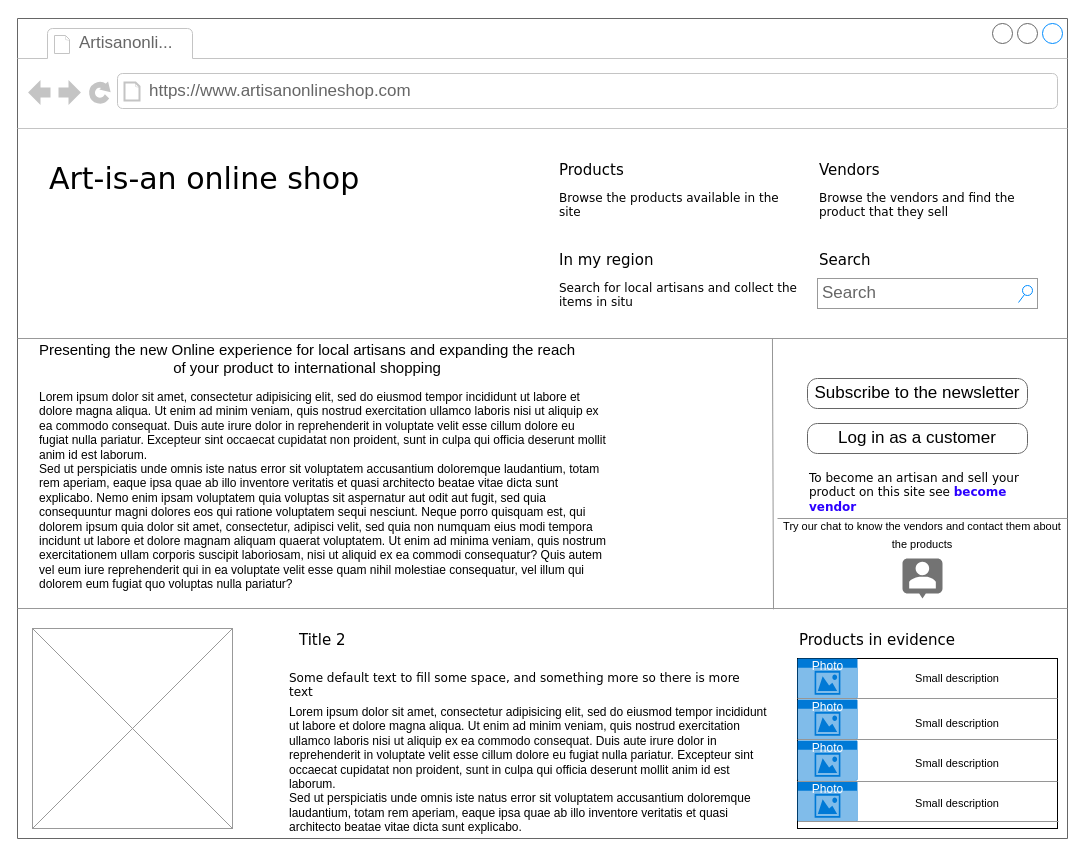
This is mockup1.drawio from josura/HCI, a draw.io file, before an edit. Source tidied: cells renumbered, new cells numbered last; positions are measured from the earlier drawing's top-left corner, leaving out a move shared by most shapes. Both pictures are drawn from the tidied source at 100%, with x=0, y=0 at pixel (17, 18).
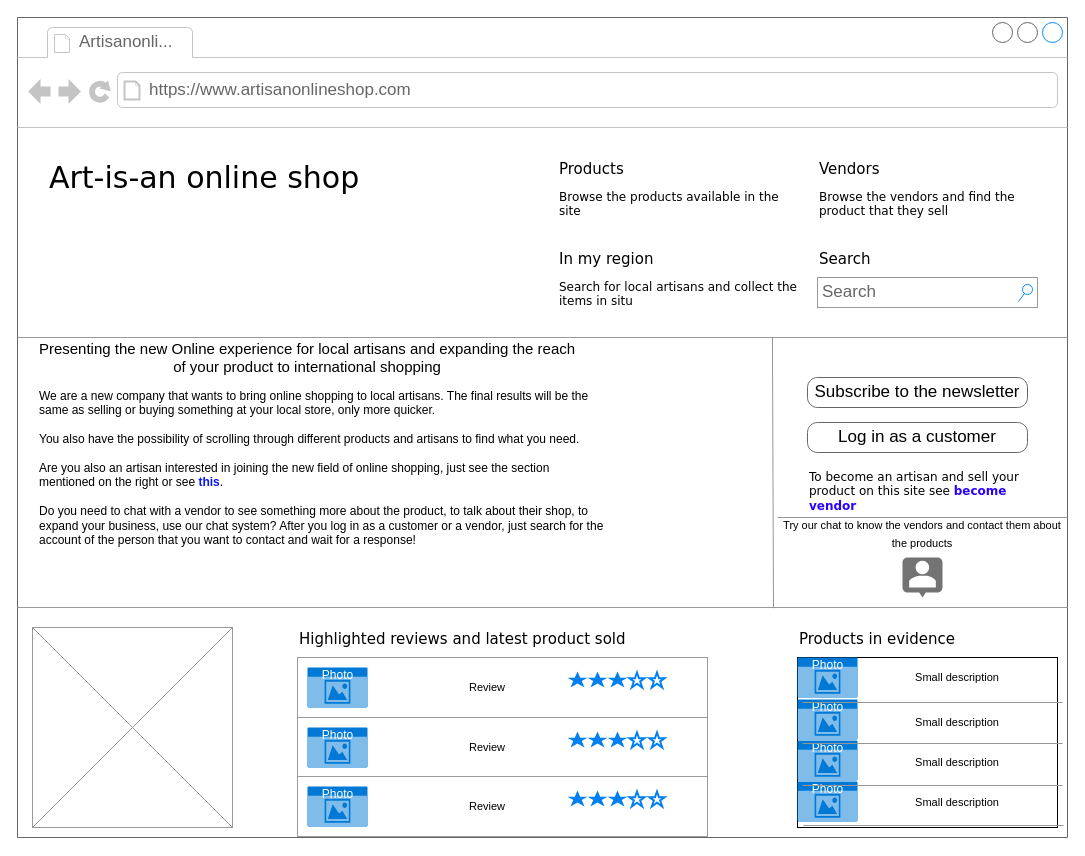
Above is the later version.

The edit, as a diff of the source:
```diff
@@
     <mxCell id="2" style="strokeWidth=1;shadow=0;dashed=0;align=center;html=1;shape=mxgraph.mockup.containers.browserWindow;rSize=0;strokeColor=#666666;mainText=,;rounded=0;labelBackgroundColor=none;fontFamily=Verdana;fontSize=12;" parent="1" vertex="1">
-      <mxGeometry width="1050" height="820" as="geometry" />
+      <mxGeometry y="-1" width="1050" height="820" as="geometry" />
     </mxCell>
@@
-    <mxCell id="16" value="Lorem ipsum dolor sit amet, consectetur adipisicing elit, sed do eiusmod tempor incididunt ut labore et dolore magna aliqua. Ut enim ad minim veniam, quis nostrud exercitation ullamco laboris nisi ut aliquip ex ea commodo consequat. Duis aute irure dolor in reprehenderit in voluptate velit esse cillum dolore eu fugiat nulla pariatur. Excepteur sint occaecat cupidatat non proident, sunt in culpa qui officia deserunt mollit anim id est laborum.&#10;Sed ut perspiciatis unde omnis iste natus error sit voluptatem accusantium doloremque laudantium, totam rem aperiam, eaque ipsa quae ab illo inventore veritatis et quasi architecto beatae vitae dicta sunt explicabo. Nemo enim ipsam voluptatem quia voluptas sit aspernatur aut odit aut fugit, sed quia consequuntur magni dolores eos qui ratione voluptatem sequi nesciunt. Neque porro quisquam est, qui dolorem ipsum quia dolor sit amet, consectetur, adipisci velit, sed quia non numquam eius modi tempora incidunt ut labore et dolore magnam aliquam quaerat voluptatem. Ut enim ad minima veniam, quis nostrum exercitationem ullam corporis suscipit laboriosam, nisi ut aliquid ex ea commodi consequatur? Quis autem vel eum iure reprehenderit qui in ea voluptate velit esse quam nihil molestiae consequatur, vel illum qui dolorem eum fugiat quo voluptas nulla pariatur?" style="text;spacingTop=-5;whiteSpace=wrap;html=1;align=left;fontSize=12;fontFamily=Helvetica;fillColor=none;strokeColor=none;rounded=0;shadow=1;labelBackgroundColor=none;" parent="2" vertex="1">
+    <mxCell id="16" value="We are a new company that wants to bring online shopping to local artisans. The final results will be the&amp;nbsp;&lt;br&gt;same as selling or buying something at your local store, only more quicker.&lt;br&gt;&lt;br&gt;You also have the possibility of scrolling through different products and artisans to find what you need.&lt;br&gt;&lt;br&gt;Are you also an artisan interested in joining the new field of online shopping, just see the section mentioned on the right or see &lt;font style=&quot;font-weight: bold;&quot; color=&quot;#0d15ff&quot;&gt;this&lt;/font&gt;&lt;font style=&quot;&quot;&gt;.&lt;br&gt;&lt;/font&gt;&lt;br&gt;Do you need to chat with a vendor to see something more about the product, to talk about their shop, to expand your business, use our chat system? After you log in as a customer or a vendor, just search for the account of the person that you want to contact and wait for a response!" style="text;spacingTop=-5;whiteSpace=wrap;html=1;align=left;fontSize=12;fontFamily=Helvetica;fillColor=none;strokeColor=none;rounded=0;shadow=1;labelBackgroundColor=none;" parent="2" vertex="1">
       <mxGeometry x="20" y="370" width="570" height="240" as="geometry" />
     </mxCell>
@@
-    <mxCell id="22" value="Title 2" style="text;html=1;align=left;verticalAlign=top;spacingTop=-4;fontSize=15;fontFamily=Verdana;" parent="2" vertex="1">
+    <mxCell id="22" value="Highlighted reviews and latest product sold" style="text;html=1;align=left;verticalAlign=top;spacingTop=-4;fontSize=15;fontFamily=Verdana;" parent="2" vertex="1">
       <mxGeometry x="280" y="610" width="170" height="30" as="geometry" />
     </mxCell>
@@
-    <mxCell id="24" value="Some default text to fill some space, and&amp;nbsp;&lt;span&gt;something more so there is more text&lt;/span&gt;" style="text;html=1;align=left;verticalAlign=top;spacingTop=-4;fontSize=12;fontFamily=Verdana;whiteSpace=wrap;" parent="2" vertex="1">
-      <mxGeometry x="270" y="650" width="470" height="40" as="geometry" />
-    </mxCell>
@@
-    <mxCell id="35" value="Lorem ipsum dolor sit amet, consectetur adipisicing elit, sed do eiusmod tempor incididunt ut labore et dolore magna aliqua. Ut enim ad minim veniam, quis nostrud exercitation ullamco laboris nisi ut aliquip ex ea commodo consequat. Duis aute irure dolor in reprehenderit in voluptate velit esse cillum dolore eu fugiat nulla pariatur. Excepteur sint occaecat cupidatat non proident, sunt in culpa qui officia deserunt mollit anim id est laborum.&lt;br&gt;Sed ut perspiciatis unde omnis iste natus error sit voluptatem accusantium doloremque laudantium, totam rem aperiam, eaque ipsa quae ab illo inventore veritatis et quasi architecto beatae vitae dicta sunt explicabo.&amp;nbsp;" style="text;spacingTop=-5;whiteSpace=wrap;html=1;align=left;fontSize=12;fontFamily=Helvetica;fillColor=none;strokeColor=none;rounded=0;shadow=1;labelBackgroundColor=none;" parent="1" vertex="1">
-      <mxGeometry x="270" y="685" width="490" height="125" as="geometry" />
-    </mxCell>
+    <mxCell id="43" style="rounded=0;whiteSpace=wrap;html=1;fontSize=11;fontColor=#000000;strokeColor=#9C9C9C;" parent="2" vertex="1">
+      <mxGeometry x="280" y="640" width="410" height="60" as="geometry" />
+    </mxCell>
+    <mxCell id="44" value="Photo" style="html=1;strokeColor=none;fillColor=#0079D6;labelPosition=center;verticalLabelPosition=middle;verticalAlign=top;align=center;fontSize=12;spacingTop=-6;fontColor=#FFFFFF;sketch=0;shape=mxgraph.sitemap.photo;" parent="2" vertex="1">
+      <mxGeometry x="290" y="650" width="60" height="40" as="geometry" />
+    </mxCell>
+    <mxCell id="45" value="Review" style="text;html=1;strokeColor=none;fillColor=none;align=center;verticalAlign=middle;whiteSpace=wrap;rounded=0;fontSize=11;fontColor=#000000;" parent="2" vertex="1">
+      <mxGeometry x="380" y="655" width="180" height="30" as="geometry" />
+    </mxCell>
+    <mxCell id="46" style="html=1;verticalLabelPosition=bottom;labelBackgroundColor=#ffffff;verticalAlign=top;shadow=0;dashed=0;strokeWidth=2;shape=mxgraph.ios7.misc.star;fillColor=#0080f0;strokeColor=none;sketch=0;fontSize=11;fontColor=#000000;" parent="2" vertex="1">
+      <mxGeometry x="550" y="654" width="20" height="16" as="geometry" />
+    </mxCell>
+    <mxCell id="47" style="html=1;verticalLabelPosition=bottom;labelBackgroundColor=#ffffff;verticalAlign=top;shadow=0;dashed=0;strokeWidth=2;shape=mxgraph.ios7.misc.star;fillColor=#0080f0;strokeColor=none;sketch=0;fontSize=11;fontColor=#000000;" parent="2" vertex="1">
+      <mxGeometry x="570" y="654" width="20" height="16" as="geometry" />
+    </mxCell>
+    <mxCell id="48" style="html=1;verticalLabelPosition=bottom;labelBackgroundColor=#ffffff;verticalAlign=top;shadow=0;dashed=0;strokeWidth=2;shape=mxgraph.ios7.misc.star;fillColor=#0080f0;strokeColor=none;sketch=0;fontSize=11;fontColor=#000000;" parent="2" vertex="1">
+      <mxGeometry x="590" y="654" width="20" height="16" as="geometry" />
+    </mxCell>
+    <mxCell id="49" style="html=1;verticalLabelPosition=bottom;align=center;labelBackgroundColor=#ffffff;verticalAlign=top;strokeWidth=2;strokeColor=#0080F0;shadow=0;dashed=0;shape=mxgraph.ios7.icons.star;fontSize=11;fontColor=#000000;fillColor=#FFFFFF;" parent="2" vertex="1">
+      <mxGeometry x="612" y="655" width="15" height="15" as="geometry" />
+    </mxCell>
@@
     <mxCell id="39" style="endArrow=none;html=1;rounded=0;strokeColor=#969696;fontSize=11;fontColor=#000000;" parent="1" edge="1">
       <mxGeometry relative="1" as="geometry">
-        <mxPoint x="780" y="680" as="sourcePoint" />
-        <mxPoint x="1040" y="680" as="targetPoint" />
+        <mxPoint x="785" y="684" as="sourcePoint" />
+        <mxPoint x="1045" y="684" as="targetPoint" />
       </mxGeometry>
     </mxCell>
     <mxCell id="40" style="endArrow=none;html=1;rounded=0;strokeColor=#969696;fontSize=11;fontColor=#000000;" parent="1" edge="1">
       <mxGeometry relative="1" as="geometry">
-        <mxPoint x="780" y="721" as="sourcePoint" />
-        <mxPoint x="1040" y="721" as="targetPoint" />
+        <mxPoint x="785" y="725" as="sourcePoint" />
+        <mxPoint x="1045" y="725" as="targetPoint" />
       </mxGeometry>
     </mxCell>
     <mxCell id="41" style="endArrow=none;html=1;rounded=0;strokeColor=#969696;fontSize=11;fontColor=#000000;" parent="1" edge="1">
       <mxGeometry relative="1" as="geometry">
-        <mxPoint x="780" y="763" as="sourcePoint" />
-        <mxPoint x="1040" y="763" as="targetPoint" />
+        <mxPoint x="785" y="767" as="sourcePoint" />
+        <mxPoint x="1045" y="767" as="targetPoint" />
       </mxGeometry>
     </mxCell>
     <mxCell id="42" style="endArrow=none;html=1;rounded=0;strokeColor=#969696;fontSize=11;fontColor=#000000;" parent="1" edge="1">
       <mxGeometry relative="1" as="geometry">
-        <mxPoint x="781" y="803" as="sourcePoint" />
-        <mxPoint x="1041" y="803" as="targetPoint" />
+        <mxPoint x="786" y="807" as="sourcePoint" />
+        <mxPoint x="1046" y="807" as="targetPoint" />
       </mxGeometry>
     </mxCell>
+    <mxCell id="50" style="html=1;verticalLabelPosition=bottom;align=center;labelBackgroundColor=#ffffff;verticalAlign=top;strokeWidth=2;strokeColor=#0080F0;shadow=0;dashed=0;shape=mxgraph.ios7.icons.star;fontSize=11;fontColor=#000000;fillColor=#FFFFFF;" parent="1" vertex="1">
+      <mxGeometry x="632" y="654" width="15" height="15" as="geometry" />
+    </mxCell>
+    <mxCell id="51" style="rounded=0;whiteSpace=wrap;html=1;fontSize=11;fontColor=#000000;strokeColor=#9C9C9C;" parent="1" vertex="1">
+      <mxGeometry x="280" y="699" width="410" height="60" as="geometry" />
+    </mxCell>
+    <mxCell id="52" value="Photo" style="html=1;strokeColor=none;fillColor=#0079D6;labelPosition=center;verticalLabelPosition=middle;verticalAlign=top;align=center;fontSize=12;spacingTop=-6;fontColor=#FFFFFF;sketch=0;shape=mxgraph.sitemap.photo;" parent="1" vertex="1">
+      <mxGeometry x="290" y="709" width="60" height="40" as="geometry" />
+    </mxCell>
+    <mxCell id="53" value="Review" style="text;html=1;strokeColor=none;fillColor=none;align=center;verticalAlign=middle;whiteSpace=wrap;rounded=0;fontSize=11;fontColor=#000000;" parent="1" vertex="1">
+      <mxGeometry x="380" y="714" width="180" height="30" as="geometry" />
+    </mxCell>
+    <mxCell id="54" style="html=1;verticalLabelPosition=bottom;labelBackgroundColor=#ffffff;verticalAlign=top;shadow=0;dashed=0;strokeWidth=2;shape=mxgraph.ios7.misc.star;fillColor=#0080f0;strokeColor=none;sketch=0;fontSize=11;fontColor=#000000;" parent="1" vertex="1">
+      <mxGeometry x="550" y="713" width="20" height="16" as="geometry" />
+    </mxCell>
+    <mxCell id="55" style="html=1;verticalLabelPosition=bottom;labelBackgroundColor=#ffffff;verticalAlign=top;shadow=0;dashed=0;strokeWidth=2;shape=mxgraph.ios7.misc.star;fillColor=#0080f0;strokeColor=none;sketch=0;fontSize=11;fontColor=#000000;" parent="1" vertex="1">
+      <mxGeometry x="570" y="713" width="20" height="16" as="geometry" />
+    </mxCell>
+    <mxCell id="56" style="html=1;verticalLabelPosition=bottom;labelBackgroundColor=#ffffff;verticalAlign=top;shadow=0;dashed=0;strokeWidth=2;shape=mxgraph.ios7.misc.star;fillColor=#0080f0;strokeColor=none;sketch=0;fontSize=11;fontColor=#000000;" parent="1" vertex="1">
+      <mxGeometry x="590" y="713" width="20" height="16" as="geometry" />
+    </mxCell>
+    <mxCell id="57" style="html=1;verticalLabelPosition=bottom;align=center;labelBackgroundColor=#ffffff;verticalAlign=top;strokeWidth=2;strokeColor=#0080F0;shadow=0;dashed=0;shape=mxgraph.ios7.icons.star;fontSize=11;fontColor=#000000;fillColor=#FFFFFF;" parent="1" vertex="1">
+      <mxGeometry x="612" y="714" width="15" height="15" as="geometry" />
+    </mxCell>
+    <mxCell id="58" style="html=1;verticalLabelPosition=bottom;align=center;labelBackgroundColor=#ffffff;verticalAlign=top;strokeWidth=2;strokeColor=#0080F0;shadow=0;dashed=0;shape=mxgraph.ios7.icons.star;fontSize=11;fontColor=#000000;fillColor=#FFFFFF;" parent="1" vertex="1">
+      <mxGeometry x="632" y="714" width="15" height="15" as="geometry" />
+    </mxCell>
+    <mxCell id="59" style="rounded=0;whiteSpace=wrap;html=1;fontSize=11;fontColor=#000000;strokeColor=#9C9C9C;" parent="1" vertex="1">
+      <mxGeometry x="280" y="758" width="410" height="60" as="geometry" />
+    </mxCell>
+    <mxCell id="60" value="Photo" style="html=1;strokeColor=none;fillColor=#0079D6;labelPosition=center;verticalLabelPosition=middle;verticalAlign=top;align=center;fontSize=12;spacingTop=-6;fontColor=#FFFFFF;sketch=0;shape=mxgraph.sitemap.photo;" parent="1" vertex="1">
+      <mxGeometry x="290" y="768" width="60" height="40" as="geometry" />
+    </mxCell>
+    <mxCell id="61" value="Review" style="text;html=1;strokeColor=none;fillColor=none;align=center;verticalAlign=middle;whiteSpace=wrap;rounded=0;fontSize=11;fontColor=#000000;" parent="1" vertex="1">
+      <mxGeometry x="380" y="773" width="180" height="30" as="geometry" />
+    </mxCell>
+    <mxCell id="62" style="html=1;verticalLabelPosition=bottom;labelBackgroundColor=#ffffff;verticalAlign=top;shadow=0;dashed=0;strokeWidth=2;shape=mxgraph.ios7.misc.star;fillColor=#0080f0;strokeColor=none;sketch=0;fontSize=11;fontColor=#000000;" parent="1" vertex="1">
+      <mxGeometry x="550" y="772" width="20" height="16" as="geometry" />
+    </mxCell>
+    <mxCell id="63" style="html=1;verticalLabelPosition=bottom;labelBackgroundColor=#ffffff;verticalAlign=top;shadow=0;dashed=0;strokeWidth=2;shape=mxgraph.ios7.misc.star;fillColor=#0080f0;strokeColor=none;sketch=0;fontSize=11;fontColor=#000000;" parent="1" vertex="1">
+      <mxGeometry x="570" y="772" width="20" height="16" as="geometry" />
+    </mxCell>
+    <mxCell id="64" style="html=1;verticalLabelPosition=bottom;labelBackgroundColor=#ffffff;verticalAlign=top;shadow=0;dashed=0;strokeWidth=2;shape=mxgraph.ios7.misc.star;fillColor=#0080f0;strokeColor=none;sketch=0;fontSize=11;fontColor=#000000;" parent="1" vertex="1">
+      <mxGeometry x="590" y="772" width="20" height="16" as="geometry" />
+    </mxCell>
+    <mxCell id="65" style="html=1;verticalLabelPosition=bottom;align=center;labelBackgroundColor=#ffffff;verticalAlign=top;strokeWidth=2;strokeColor=#0080F0;shadow=0;dashed=0;shape=mxgraph.ios7.icons.star;fontSize=11;fontColor=#000000;fillColor=#FFFFFF;" parent="1" vertex="1">
+      <mxGeometry x="612" y="773" width="15" height="15" as="geometry" />
+    </mxCell>
+    <mxCell id="66" style="html=1;verticalLabelPosition=bottom;align=center;labelBackgroundColor=#ffffff;verticalAlign=top;strokeWidth=2;strokeColor=#0080F0;shadow=0;dashed=0;shape=mxgraph.ios7.icons.star;fontSize=11;fontColor=#000000;fillColor=#FFFFFF;" parent="1" vertex="1">
+      <mxGeometry x="632" y="773" width="15" height="15" as="geometry" />
+    </mxCell>
```
